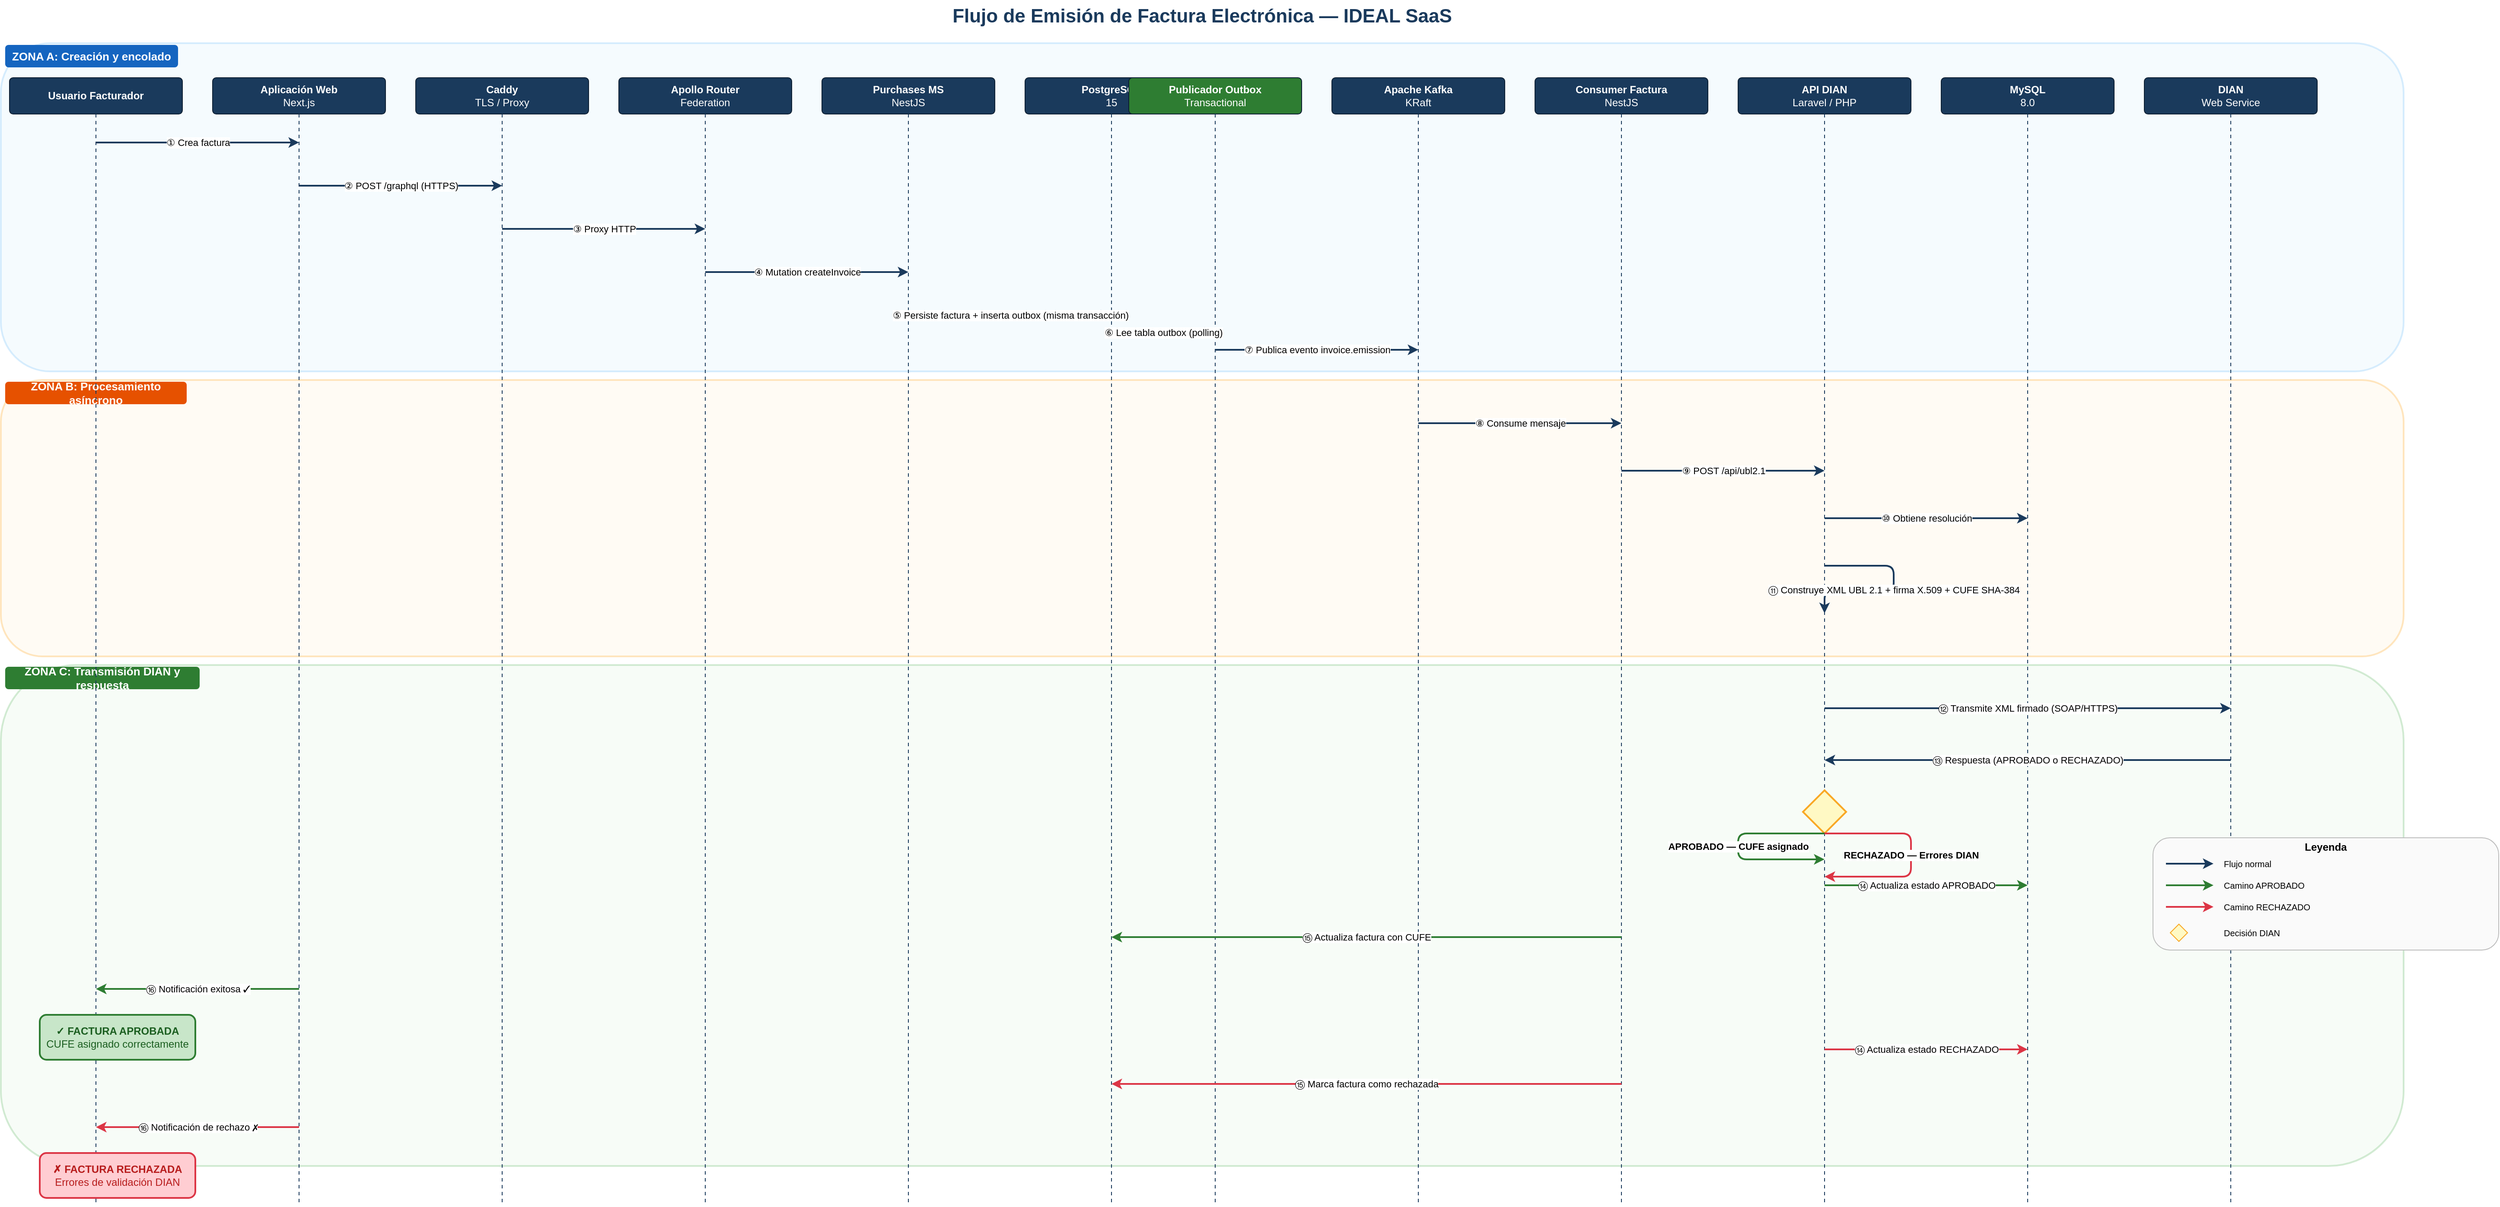
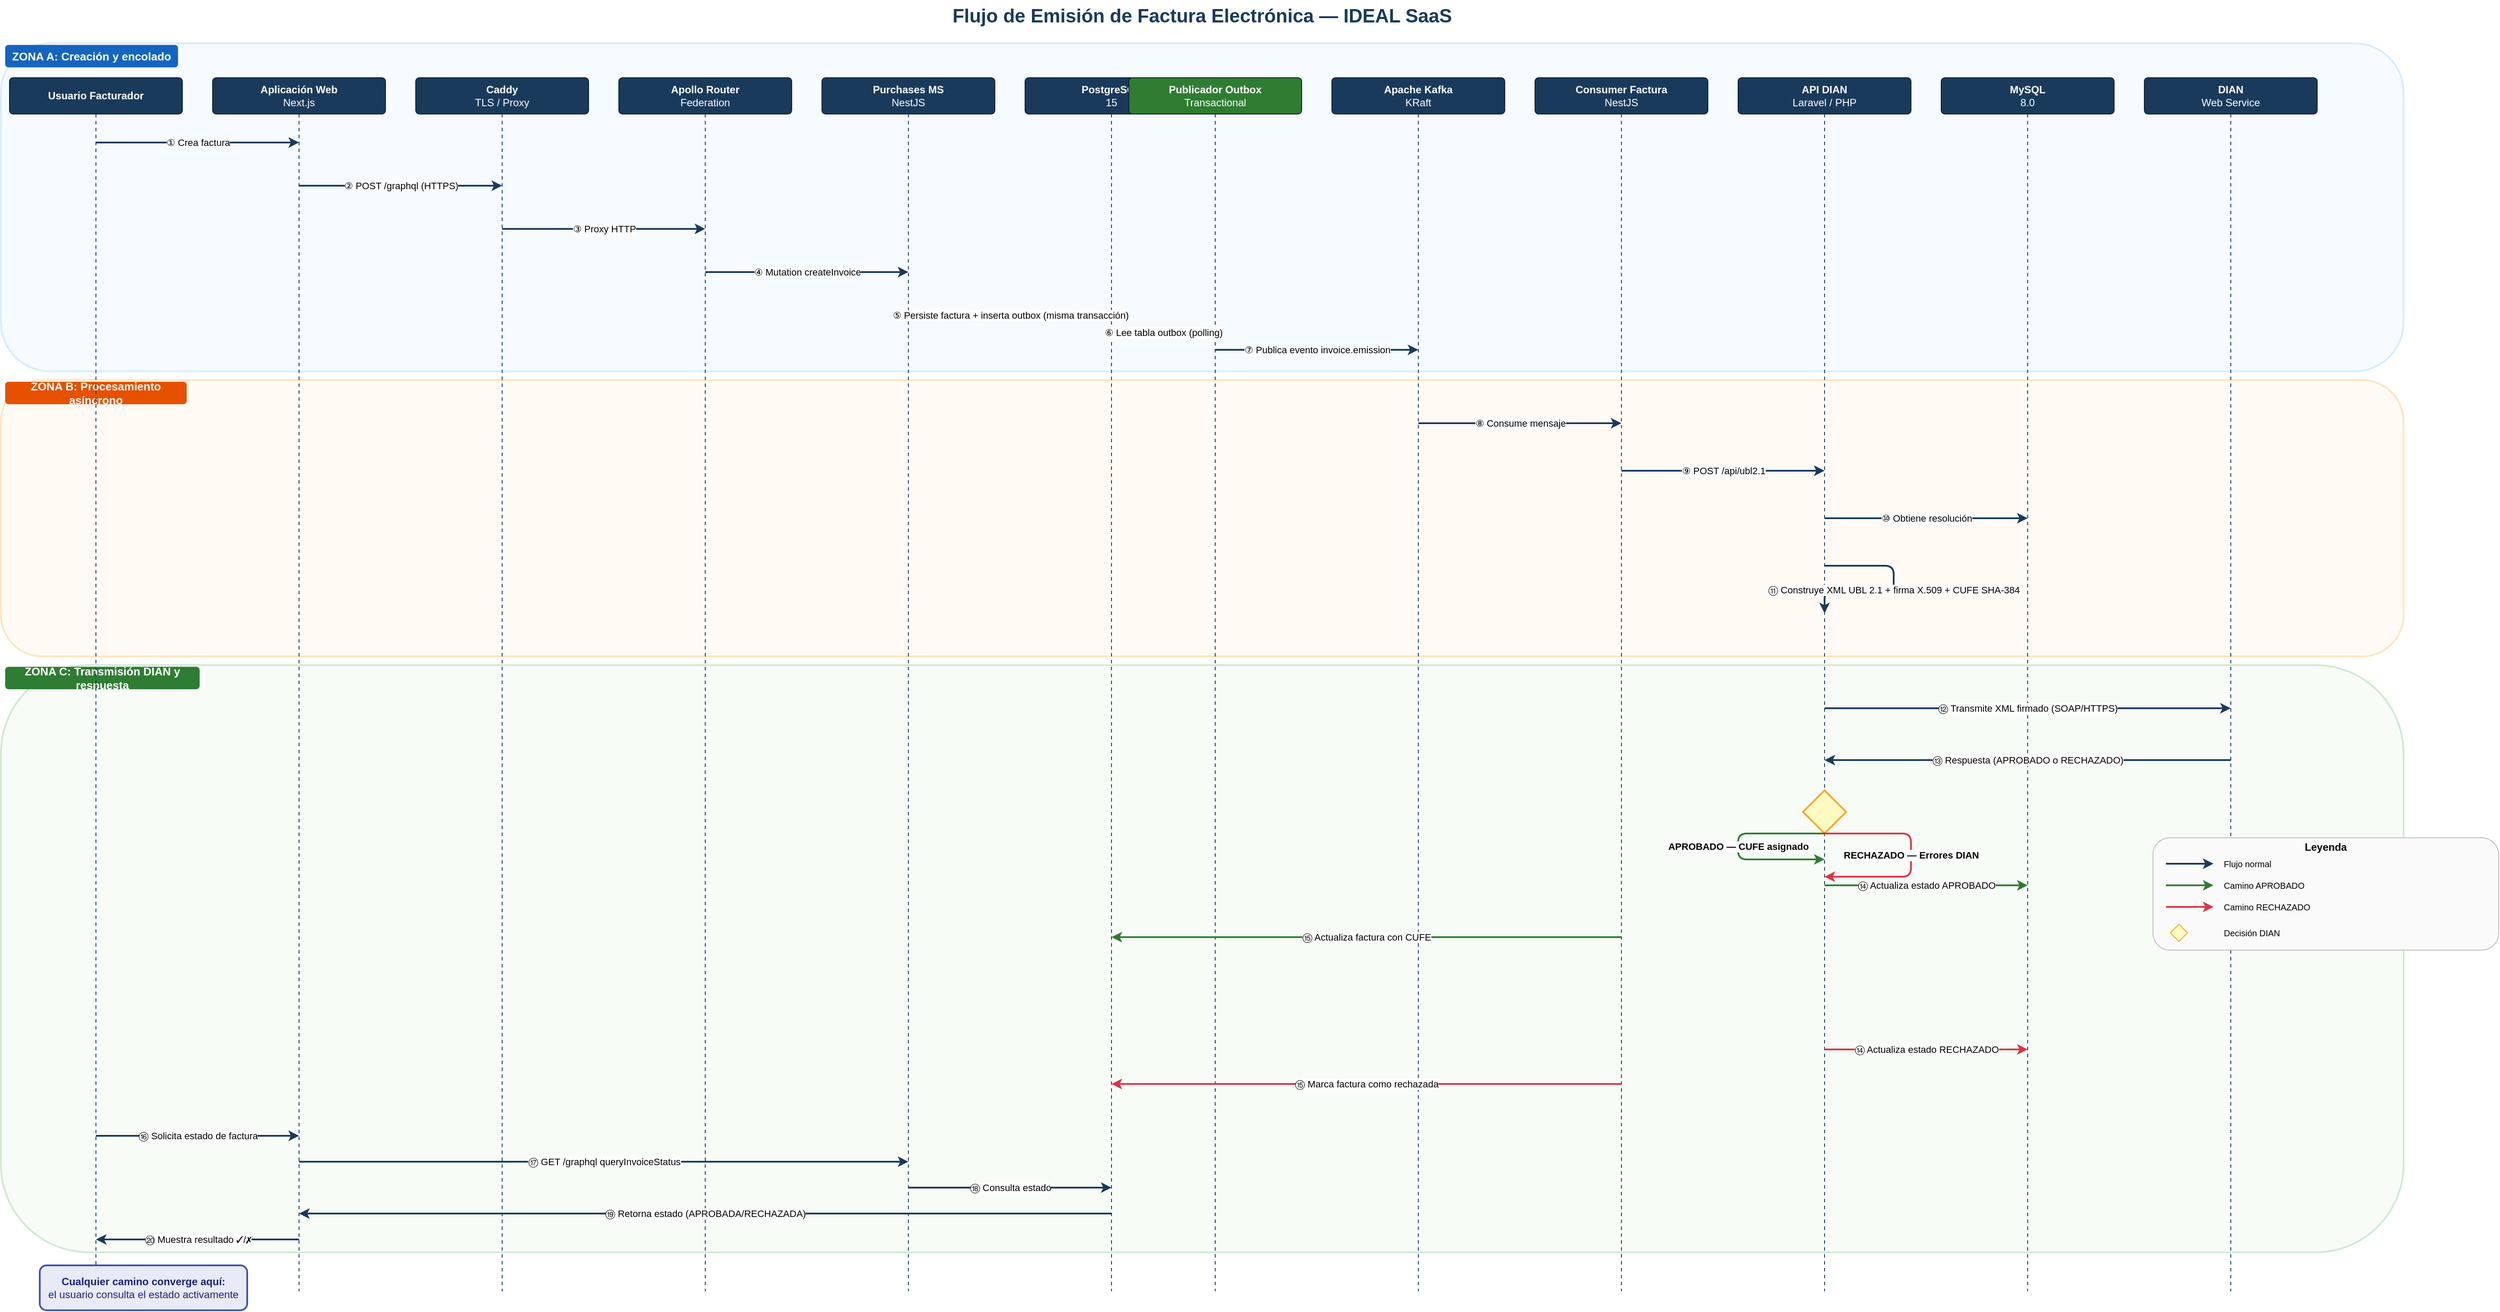
<mxfile host="app.diagrams.net" modified="2026-06-20T00:00:00.000Z" agent="draw.io" version="24.0.0">
  <diagram name="Flujo Emisión Factura Electrónica" id="invoice-emission-flow">
-       <mxGraphModel dx="2000" dy="1200" grid="1" gridSize="10" guides="1" tooltips="1" connect="1" arrows="1" fold="1" page="1" pageScale="1" pageWidth="2990" pageHeight="2000" math="0" shadow="0">
+       <mxGraphModel dx="2000" dy="1200" grid="1" gridSize="10" guides="1" tooltips="1" connect="1" arrows="1" fold="1" page="1" pageScale="1" pageWidth="2990" pageHeight="2200" math="0" shadow="0">

      <root>
        <mxCell id="0"/>
        <mxCell id="1" parent="0"/>

        <!-- ===== TITLE ===== -->
        <mxCell id="title" value="&lt;font style=&quot;font-size:22px&quot;&gt;&lt;b&gt;Flujo de Emisión de Factura Electrónica — IDEAL SaaS&lt;/b&gt;&lt;/font&gt;" style="text;html=1;strokeColor=none;fillColor=none;align=center;verticalAlign=middle;whiteSpace=wrap;rounded=0;fontColor=#1A3A5C;" vertex="1" parent="1">
          <mxGeometry x="500" y="5" width="1800" height="38" as="geometry"/>
        </mxCell>

        <!-- ===== ZONE A: Creación y encolado ===== -->
        <mxCell id="zoneA" value="" style="rounded=1;whiteSpace=wrap;html=1;fillColor=#E3F2FD;strokeColor=#90CAF9;strokeWidth=2;opacity=35;container=0;" vertex="1" parent="1">
          <mxGeometry x="10" y="55" width="2780" height="380" as="geometry"/>
        </mxCell>
        <mxCell id="zoneA-label" value="&lt;font style=&quot;font-size:13px&quot;&gt;&lt;b&gt;ZONA A: Creación y encolado&lt;/b&gt;&lt;/font&gt;" style="text;html=1;strokeColor=none;fillColor=#1565C0;fontColor=#FFFFFF;align=center;verticalAlign=middle;whiteSpace=wrap;rounded=1;fontSize=13;" vertex="1" parent="1">
          <mxGeometry x="15" y="57" width="200" height="26" as="geometry"/>
        </mxCell>

        <!-- ===== ZONE B: Procesamiento asíncrono ===== -->
        <mxCell id="zoneB" value="" style="rounded=1;whiteSpace=wrap;html=1;fillColor=#FFF3E0;strokeColor=#FFB74D;strokeWidth=2;opacity=35;container=0;" vertex="1" parent="1">
          <mxGeometry x="10" y="445" width="2780" height="320" as="geometry"/>
        </mxCell>
        <mxCell id="zoneB-label" value="&lt;font style=&quot;font-size:13px&quot;&gt;&lt;b&gt;ZONA B: Procesamiento asíncrono&lt;/b&gt;&lt;/font&gt;" style="text;html=1;strokeColor=none;fillColor=#E65100;fontColor=#FFFFFF;align=center;verticalAlign=middle;whiteSpace=wrap;rounded=1;fontSize=13;" vertex="1" parent="1">
          <mxGeometry x="15" y="447" width="210" height="26" as="geometry"/>
        </mxCell>

        <!-- ===== ZONE C: Transmisión DIAN y respuesta ===== -->
        <mxCell id="zoneC" value="" style="rounded=1;whiteSpace=wrap;html=1;fillColor=#E8F5E9;strokeColor=#81C784;strokeWidth=2;opacity=35;container=0;" vertex="1" parent="1">
-           <mxGeometry x="10" y="775" width="2780" height="580" as="geometry"/>
+           <mxGeometry x="10" y="775" width="2780" height="680" as="geometry"/>
        </mxCell>
        <mxCell id="zoneC-label" value="&lt;font style=&quot;font-size:13px&quot;&gt;&lt;b&gt;ZONA C: Transmisión DIAN y respuesta&lt;/b&gt;&lt;/font&gt;" style="text;html=1;strokeColor=none;fillColor=#2E7D32;fontColor=#FFFFFF;align=center;verticalAlign=middle;whiteSpace=wrap;rounded=1;fontSize=13;" vertex="1" parent="1">
          <mxGeometry x="15" y="777" width="225" height="26" as="geometry"/>
        </mxCell>

        <!-- ===== PARTICIPANT HEADERS ===== -->
        <!-- P1: Usuario Facturador -->
        <mxCell id="p1" value="&lt;font style=&quot;font-size:12px&quot;&gt;&lt;b&gt;Usuario Facturador&lt;/b&gt;&lt;/font&gt;" style="rounded=1;whiteSpace=wrap;html=1;fillColor=#1A3A5C;fontColor=#FFFFFF;strokeColor=#0D1F33;fontSize=12;arcSize=10;" vertex="1" parent="1">
          <mxGeometry x="20" y="95" width="200" height="42" as="geometry"/>
        </mxCell>
        <mxCell id="p1-line" value="" style="endArrow=none;dashed=1;html=1;strokeColor=#1A3A5C;strokeWidth=1;dashPattern=4 4;" edge="1" parent="1">
          <mxGeometry relative="1" as="geometry">
            <mxPoint x="120" y="137" as="sourcePoint"/>
-             <mxPoint x="120" y="1400" as="targetPoint"/>
+             <mxPoint x="120" y="1500" as="targetPoint"/>
          </mxGeometry>
        </mxCell>

        <!-- P2: Aplicación Web (Next.js) -->
        <mxCell id="p2" value="&lt;font style=&quot;font-size:12px&quot;&gt;&lt;b&gt;Aplicación Web&lt;/b&gt;&lt;br&gt;Next.js&lt;/font&gt;" style="rounded=1;whiteSpace=wrap;html=1;fillColor=#1A3A5C;fontColor=#FFFFFF;strokeColor=#0D1F33;fontSize=11;arcSize=10;" vertex="1" parent="1">
          <mxGeometry x="255" y="95" width="200" height="42" as="geometry"/>
        </mxCell>
        <mxCell id="p2-line" value="" style="endArrow=none;dashed=1;html=1;strokeColor=#1A3A5C;strokeWidth=1;dashPattern=4 4;" edge="1" parent="1">
          <mxGeometry relative="1" as="geometry">
            <mxPoint x="355" y="137" as="sourcePoint"/>
-             <mxPoint x="355" y="1400" as="targetPoint"/>
+             <mxPoint x="355" y="1500" as="targetPoint"/>
          </mxGeometry>
        </mxCell>

        <!-- P3: Caddy -->
        <mxCell id="p3" value="&lt;font style=&quot;font-size:12px&quot;&gt;&lt;b&gt;Caddy&lt;/b&gt;&lt;br&gt;TLS / Proxy&lt;/font&gt;" style="rounded=1;whiteSpace=wrap;html=1;fillColor=#1A3A5C;fontColor=#FFFFFF;strokeColor=#0D1F33;fontSize=11;arcSize=10;" vertex="1" parent="1">
          <mxGeometry x="490" y="95" width="200" height="42" as="geometry"/>
        </mxCell>
        <mxCell id="p3-line" value="" style="endArrow=none;dashed=1;html=1;strokeColor=#1A3A5C;strokeWidth=1;dashPattern=4 4;" edge="1" parent="1">
          <mxGeometry relative="1" as="geometry">
            <mxPoint x="590" y="137" as="sourcePoint"/>
-             <mxPoint x="590" y="1400" as="targetPoint"/>
+             <mxPoint x="590" y="1500" as="targetPoint"/>
          </mxGeometry>
        </mxCell>

        <!-- P4: Apollo Router -->
        <mxCell id="p4" value="&lt;font style=&quot;font-size:12px&quot;&gt;&lt;b&gt;Apollo Router&lt;/b&gt;&lt;br&gt;Federation&lt;/font&gt;" style="rounded=1;whiteSpace=wrap;html=1;fillColor=#1A3A5C;fontColor=#FFFFFF;strokeColor=#0D1F33;fontSize=11;arcSize=10;" vertex="1" parent="1">
          <mxGeometry x="725" y="95" width="200" height="42" as="geometry"/>
        </mxCell>
        <mxCell id="p4-line" value="" style="endArrow=none;dashed=1;html=1;strokeColor=#1A3A5C;strokeWidth=1;dashPattern=4 4;" edge="1" parent="1">
          <mxGeometry relative="1" as="geometry">
            <mxPoint x="825" y="137" as="sourcePoint"/>
-             <mxPoint x="825" y="1400" as="targetPoint"/>
+             <mxPoint x="825" y="1500" as="targetPoint"/>
          </mxGeometry>
        </mxCell>

        <!-- P5: Purchases MS -->
        <mxCell id="p5" value="&lt;font style=&quot;font-size:12px&quot;&gt;&lt;b&gt;Purchases MS&lt;/b&gt;&lt;br&gt;NestJS&lt;/font&gt;" style="rounded=1;whiteSpace=wrap;html=1;fillColor=#1A3A5C;fontColor=#FFFFFF;strokeColor=#0D1F33;fontSize=11;arcSize=10;" vertex="1" parent="1">
          <mxGeometry x="960" y="95" width="200" height="42" as="geometry"/>
        </mxCell>
        <mxCell id="p5-line" value="" style="endArrow=none;dashed=1;html=1;strokeColor=#1A3A5C;strokeWidth=1;dashPattern=4 4;" edge="1" parent="1">
          <mxGeometry relative="1" as="geometry">
            <mxPoint x="1060" y="137" as="sourcePoint"/>
-             <mxPoint x="1060" y="1400" as="targetPoint"/>
+             <mxPoint x="1060" y="1500" as="targetPoint"/>
          </mxGeometry>
        </mxCell>

        <!-- P6: PostgreSQL -->
        <mxCell id="p6" value="&lt;font style=&quot;font-size:12px&quot;&gt;&lt;b&gt;PostgreSQL&lt;/b&gt;&lt;br&gt;15&lt;/font&gt;" style="rounded=1;whiteSpace=wrap;html=1;fillColor=#1A3A5C;fontColor=#FFFFFF;strokeColor=#0D1F33;fontSize=11;arcSize=10;" vertex="1" parent="1">
          <mxGeometry x="1195" y="95" width="200" height="42" as="geometry"/>
        </mxCell>
        <mxCell id="p6-line" value="" style="endArrow=none;dashed=1;html=1;strokeColor=#1A3A5C;strokeWidth=1;dashPattern=4 4;" edge="1" parent="1">
          <mxGeometry relative="1" as="geometry">
            <mxPoint x="1295" y="137" as="sourcePoint"/>
-             <mxPoint x="1295" y="1400" as="targetPoint"/>
+             <mxPoint x="1295" y="1500" as="targetPoint"/>
          </mxGeometry>
        </mxCell>

        <!-- P6.5: Publicador Outbox (NUEVO — Transactional Outbox) -->
        <mxCell id="p6half" value="&lt;font style=&quot;font-size:12px&quot;&gt;&lt;b&gt;Publicador Outbox&lt;/b&gt;&lt;br&gt;Transactional&lt;/font&gt;" style="rounded=1;whiteSpace=wrap;html=1;fillColor=#2E7D32;fontColor=#FFFFFF;strokeColor=#0D1F33;fontSize=11;arcSize=10;" vertex="1" parent="1">
          <mxGeometry x="1315" y="95" width="200" height="42" as="geometry"/>
        </mxCell>
        <mxCell id="p6half-line" value="" style="endArrow=none;dashed=1;html=1;strokeColor=#1A3A5C;strokeWidth=1;dashPattern=4 4;" edge="1" parent="1">
          <mxGeometry relative="1" as="geometry">
            <mxPoint x="1415" y="137" as="sourcePoint"/>
-             <mxPoint x="1415" y="1400" as="targetPoint"/>
+             <mxPoint x="1415" y="1500" as="targetPoint"/>
          </mxGeometry>
        </mxCell>

        <!-- P7: Apache Kafka -->
        <mxCell id="p7" value="&lt;font style=&quot;font-size:12px&quot;&gt;&lt;b&gt;Apache Kafka&lt;/b&gt;&lt;br&gt;KRaft&lt;/font&gt;" style="rounded=1;whiteSpace=wrap;html=1;fillColor=#1A3A5C;fontColor=#FFFFFF;strokeColor=#0D1F33;fontSize=11;arcSize=10;" vertex="1" parent="1">
          <mxGeometry x="1550" y="95" width="200" height="42" as="geometry"/>
        </mxCell>
        <mxCell id="p7-line" value="" style="endArrow=none;dashed=1;html=1;strokeColor=#1A3A5C;strokeWidth=1;dashPattern=4 4;" edge="1" parent="1">
          <mxGeometry relative="1" as="geometry">
            <mxPoint x="1650" y="137" as="sourcePoint"/>
-             <mxPoint x="1650" y="1400" as="targetPoint"/>
+             <mxPoint x="1650" y="1500" as="targetPoint"/>
          </mxGeometry>
        </mxCell>

        <!-- P8: Consumer Factura -->
        <mxCell id="p8" value="&lt;font style=&quot;font-size:12px&quot;&gt;&lt;b&gt;Consumer Factura&lt;/b&gt;&lt;br&gt;NestJS&lt;/font&gt;" style="rounded=1;whiteSpace=wrap;html=1;fillColor=#1A3A5C;fontColor=#FFFFFF;strokeColor=#0D1F33;fontSize=11;arcSize=10;" vertex="1" parent="1">
          <mxGeometry x="1785" y="95" width="200" height="42" as="geometry"/>
        </mxCell>
        <mxCell id="p8-line" value="" style="endArrow=none;dashed=1;html=1;strokeColor=#1A3A5C;strokeWidth=1;dashPattern=4 4;" edge="1" parent="1">
          <mxGeometry relative="1" as="geometry">
            <mxPoint x="1885" y="137" as="sourcePoint"/>
-             <mxPoint x="1885" y="1400" as="targetPoint"/>
+             <mxPoint x="1885" y="1500" as="targetPoint"/>
          </mxGeometry>
        </mxCell>

        <!-- P9: API DIAN -->
        <mxCell id="p9" value="&lt;font style=&quot;font-size:12px&quot;&gt;&lt;b&gt;API DIAN&lt;/b&gt;&lt;br&gt;Laravel / PHP&lt;/font&gt;" style="rounded=1;whiteSpace=wrap;html=1;fillColor=#1A3A5C;fontColor=#FFFFFF;strokeColor=#0D1F33;fontSize=11;arcSize=10;" vertex="1" parent="1">
          <mxGeometry x="2020" y="95" width="200" height="42" as="geometry"/>
        </mxCell>
        <mxCell id="p9-line" value="" style="endArrow=none;dashed=1;html=1;strokeColor=#1A3A5C;strokeWidth=1;dashPattern=4 4;" edge="1" parent="1">
          <mxGeometry relative="1" as="geometry">
            <mxPoint x="2120" y="137" as="sourcePoint"/>
-             <mxPoint x="2120" y="1400" as="targetPoint"/>
+             <mxPoint x="2120" y="1500" as="targetPoint"/>
          </mxGeometry>
        </mxCell>

        <!-- P10: MySQL -->
        <mxCell id="p10" value="&lt;font style=&quot;font-size:12px&quot;&gt;&lt;b&gt;MySQL&lt;/b&gt;&lt;br&gt;8.0&lt;/font&gt;" style="rounded=1;whiteSpace=wrap;html=1;fillColor=#1A3A5C;fontColor=#FFFFFF;strokeColor=#0D1F33;fontSize=11;arcSize=10;" vertex="1" parent="1">
          <mxGeometry x="2255" y="95" width="200" height="42" as="geometry"/>
        </mxCell>
        <mxCell id="p10-line" value="" style="endArrow=none;dashed=1;html=1;strokeColor=#1A3A5C;strokeWidth=1;dashPattern=4 4;" edge="1" parent="1">
          <mxGeometry relative="1" as="geometry">
            <mxPoint x="2355" y="137" as="sourcePoint"/>
-             <mxPoint x="2355" y="1400" as="targetPoint"/>
+             <mxPoint x="2355" y="1500" as="targetPoint"/>
          </mxGeometry>
        </mxCell>

        <!-- P11: DIAN -->
        <mxCell id="p11" value="&lt;font style=&quot;font-size:12px&quot;&gt;&lt;b&gt;DIAN&lt;/b&gt;&lt;br&gt;Web Service&lt;/font&gt;" style="rounded=1;whiteSpace=wrap;html=1;fillColor=#1A3A5C;fontColor=#FFFFFF;strokeColor=#0D1F33;fontSize=11;arcSize=10;" vertex="1" parent="1">
          <mxGeometry x="2490" y="95" width="200" height="42" as="geometry"/>
        </mxCell>
        <mxCell id="p11-line" value="" style="endArrow=none;dashed=1;html=1;strokeColor=#1A3A5C;strokeWidth=1;dashPattern=4 4;" edge="1" parent="1">
          <mxGeometry relative="1" as="geometry">
            <mxPoint x="2590" y="137" as="sourcePoint"/>
-             <mxPoint x="2590" y="1400" as="targetPoint"/>
+             <mxPoint x="2590" y="1500" as="targetPoint"/>
          </mxGeometry>
        </mxCell>

        <!-- ===== STEPS 1-6: ZONE A ===== -->

        <!-- Step 1: Usuario → App -->
        <mxCell id="s1" value="&lt;font style=&quot;font-size:11px&quot;&gt;① Crea factura&lt;/font&gt;" style="edgeStyle=orthogonalEdgeStyle;rounded=1;orthogonalLoop=1;jettySize=auto;html=1;strokeWidth=2;strokeColor=#1A3A5C;fontSize=11;labelBackgroundColor=#FFFFFF;" edge="1" parent="1">
          <mxGeometry relative="1" as="geometry">
            <mxPoint x="120" y="170" as="sourcePoint"/>
            <mxPoint x="355" y="170" as="targetPoint"/>
          </mxGeometry>
        </mxCell>

        <!-- Step 2: App → Caddy -->
        <mxCell id="s2" value="&lt;font style=&quot;font-size:11px&quot;&gt;② POST /graphql (HTTPS)&lt;/font&gt;" style="edgeStyle=orthogonalEdgeStyle;rounded=1;orthogonalLoop=1;jettySize=auto;html=1;strokeWidth=2;strokeColor=#1A3A5C;fontSize=11;labelBackgroundColor=#FFFFFF;" edge="1" parent="1">
          <mxGeometry relative="1" as="geometry">
            <mxPoint x="355" y="220" as="sourcePoint"/>
            <mxPoint x="590" y="220" as="targetPoint"/>
          </mxGeometry>
        </mxCell>

        <!-- Step 3: Caddy → Router -->
        <mxCell id="s3" value="&lt;font style=&quot;font-size:11px&quot;&gt;③ Proxy HTTP&lt;/font&gt;" style="edgeStyle=orthogonalEdgeStyle;rounded=1;orthogonalLoop=1;jettySize=auto;html=1;strokeWidth=2;strokeColor=#1A3A5C;fontSize=11;labelBackgroundColor=#FFFFFF;" edge="1" parent="1">
          <mxGeometry relative="1" as="geometry">
            <mxPoint x="590" y="270" as="sourcePoint"/>
            <mxPoint x="825" y="270" as="targetPoint"/>
          </mxGeometry>
        </mxCell>

        <!-- Step 4: Router → Purchases -->
        <mxCell id="s4" value="&lt;font style=&quot;font-size:11px&quot;&gt;④ Mutation createInvoice&lt;/font&gt;" style="edgeStyle=orthogonalEdgeStyle;rounded=1;orthogonalLoop=1;jettySize=auto;html=1;strokeWidth=2;strokeColor=#1A3A5C;fontSize=11;labelBackgroundColor=#FFFFFF;" edge="1" parent="1">
          <mxGeometry relative="1" as="geometry">
            <mxPoint x="825" y="320" as="sourcePoint"/>
            <mxPoint x="1060" y="320" as="targetPoint"/>
          </mxGeometry>
        </mxCell>

        <!-- Step 5: Purchases → PostgreSQL -->
        <mxCell id="s5" value="&lt;font style=&quot;font-size:11px&quot;&gt;⑤ Persiste factura + inserta outbox (misma transacción)&lt;/font&gt;" style="edgeStyle=orthogonalEdgeStyle;rounded=1;orthogonalLoop=1;jettySize=auto;html=1;strokeWidth=2;strokeColor=#1A3A5C;fontSize=11;labelBackgroundColor=#FFFFFF;" edge="1" parent="1">
          <mxGeometry relative="1" as="geometry">
          <mxPoint x="1060" y="370" as="sourcePoint"/>
          <mxPoint x="1295" y="370" as="targetPoint"/>
        </mxGeometry>
      </mxCell>

      <!-- Step 6: PostgreSQL → Publicador Outbox (polling) -->
      <mxCell id="s6poll" value="&lt;font style=&quot;font-size:11px&quot;&gt;⑥ Lee tabla outbox (polling)&lt;/font&gt;" style="edgeStyle=orthogonalEdgeStyle;rounded=1;orthogonalLoop=1;jettySize=auto;html=1;strokeWidth=2;strokeColor=#1A3A5C;fontSize=11;labelBackgroundColor=#FFFFFF;dashed=1;" edge="1" parent="1">
        <mxGeometry relative="1" as="geometry">
          <mxPoint x="1295" y="390" as="sourcePoint"/>
          <mxPoint x="1415" y="390" as="targetPoint"/>
        </mxGeometry>
      </mxCell>

      <!-- Step 7: Publicador Outbox → Kafka -->
      <mxCell id="s6" value="&lt;font style=&quot;font-size:11px&quot;&gt;⑦ Publica evento invoice.emission&lt;/font&gt;" style="edgeStyle=orthogonalEdgeStyle;rounded=1;orthogonalLoop=1;jettySize=auto;html=1;strokeWidth=2;strokeColor=#1A3A5C;fontSize=11;labelBackgroundColor=#FFFFFF;" edge="1" parent="1">
        <mxGeometry relative="1" as="geometry">
          <mxPoint x="1415" y="410" as="sourcePoint"/>
          <mxPoint x="1650" y="410" as="targetPoint"/>
          </mxGeometry>
        </mxCell>

        <!-- ===== STEPS 8-11: ZONE B ===== -->

        <!-- Step 8: Kafka → Consumer (diagonal) -->
        <mxCell id="s7" value="&lt;font style=&quot;font-size:11px&quot;&gt;⑧ Consume mensaje&lt;/font&gt;" style="edgeStyle=orthogonalEdgeStyle;rounded=1;orthogonalLoop=1;jettySize=auto;html=1;strokeWidth=2;strokeColor=#1A3A5C;fontSize=11;labelBackgroundColor=#FFFFFF;" edge="1" parent="1">
          <mxGeometry relative="1" as="geometry">
            <mxPoint x="1650" y="495" as="sourcePoint"/>
            <mxPoint x="1885" y="495" as="targetPoint"/>
          </mxGeometry>
        </mxCell>

        <!-- Step 9: Consumer → API DIAN -->
        <mxCell id="s8" value="&lt;font style=&quot;font-size:11px&quot;&gt;⑨ POST /api/ubl2.1&lt;/font&gt;" style="edgeStyle=orthogonalEdgeStyle;rounded=1;orthogonalLoop=1;jettySize=auto;html=1;strokeWidth=2;strokeColor=#1A3A5C;fontSize=11;labelBackgroundColor=#FFFFFF;" edge="1" parent="1">
          <mxGeometry relative="1" as="geometry">
            <mxPoint x="1885" y="550" as="sourcePoint"/>
            <mxPoint x="2120" y="550" as="targetPoint"/>
          </mxGeometry>
        </mxCell>

        <!-- Step 10: API DIAN → MySQL -->
        <mxCell id="s9" value="&lt;font style=&quot;font-size:11px&quot;&gt;⑩ Obtiene resolución&lt;/font&gt;" style="edgeStyle=orthogonalEdgeStyle;rounded=1;orthogonalLoop=1;jettySize=auto;html=1;strokeWidth=2;strokeColor=#1A3A5C;fontSize=11;labelBackgroundColor=#FFFFFF;" edge="1" parent="1">
          <mxGeometry relative="1" as="geometry">
            <mxPoint x="2120" y="605" as="sourcePoint"/>
            <mxPoint x="2355" y="605" as="targetPoint"/>
          </mxGeometry>
        </mxCell>

        <!-- Step 11: API DIAN self-loop -->
        <mxCell id="s10" value="&lt;font style=&quot;font-size:11px&quot;&gt;⑪ Construye XML UBL 2.1 + firma X.509 + CUFE SHA-384&lt;/font&gt;" style="edgeStyle=orthogonalEdgeStyle;rounded=1;orthogonalLoop=1;jettySize=auto;html=1;strokeWidth=2;strokeColor=#1A3A5C;fontSize=11;labelBackgroundColor=#FFFFFF;" edge="1" parent="1">
          <mxGeometry relative="1" as="geometry">
            <mxPoint x="2120" y="660" as="sourcePoint"/>
            <Array as="points">
              <mxPoint x="2200" y="660"/>
              <mxPoint x="2200" y="690"/>
              <mxPoint x="2120" y="690"/>
            </Array>
            <mxPoint x="2120" y="715" as="targetPoint"/>
          </mxGeometry>
        </mxCell>

        <!-- ===== STEPS 12-16: ZONE C ===== -->

        <!-- Step 12: API DIAN → DIAN -->
        <mxCell id="s11" value="&lt;font style=&quot;font-size:11px&quot;&gt;⑫ Transmite XML firmado (SOAP/HTTPS)&lt;/font&gt;" style="edgeStyle=orthogonalEdgeStyle;rounded=1;orthogonalLoop=1;jettySize=auto;html=1;strokeWidth=2;strokeColor=#1A3A5C;fontSize=11;labelBackgroundColor=#FFFFFF;" edge="1" parent="1">
          <mxGeometry relative="1" as="geometry">
            <mxPoint x="2120" y="825" as="sourcePoint"/>
            <mxPoint x="2590" y="825" as="targetPoint"/>
          </mxGeometry>
        </mxCell>

        <!-- Step 13: DIAN → API DIAN (return response) -->
        <mxCell id="s12" value="&lt;font style=&quot;font-size:11px&quot;&gt;⑬ Respuesta (APROBADO o RECHAZADO)&lt;/font&gt;" style="edgeStyle=orthogonalEdgeStyle;rounded=1;orthogonalLoop=1;jettySize=auto;html=1;strokeWidth=2;strokeColor=#1A3A5C;fontSize=11;labelBackgroundColor=#FFFFFF;" edge="1" parent="1">
          <mxGeometry relative="1" as="geometry">
            <mxPoint x="2590" y="885" as="sourcePoint"/>
            <mxPoint x="2120" y="885" as="targetPoint"/>
          </mxGeometry>
        </mxCell>

        <!-- ===== DIAMOND DECISION ===== -->
        <mxCell id="diamond" value="" style="rhombus;whiteSpace=wrap;html=1;fillColor=#FFF9C4;strokeColor=#F9A825;strokeWidth=2;" vertex="1" parent="1">
          <mxGeometry x="2095" y="920" width="50" height="50" as="geometry"/>
        </mxCell>

        <!-- ===== SPLIT: GREEN (APROBADO) flow ===== -->

        <!-- Green connector from diamond to step 14g -->
        <mxCell id="split-green" value="&lt;font style=&quot;font-size:11px&quot;&gt;&lt;b&gt;APROBADO — CUFE asignado&lt;/b&gt;&lt;/font&gt;" style="edgeStyle=orthogonalEdgeStyle;rounded=1;orthogonalLoop=1;jettySize=auto;html=1;strokeWidth=2;strokeColor=#2E7D32;fontSize=11;labelBackgroundColor=#FFFFFF;" edge="1" parent="1">
          <mxGeometry relative="1" as="geometry">
            <mxPoint x="2120" y="970" as="sourcePoint"/>
            <Array as="points">
              <mxPoint x="2020" y="970"/>
              <mxPoint x="2020" y="1000"/>
              <mxPoint x="2120" y="1000"/>
            </Array>
            <mxPoint x="2120" y="1000" as="targetPoint"/>
          </mxGeometry>
        </mxCell>

        <!-- Step 14g: API DIAN → MySQL (green) -->
        <mxCell id="s13g" value="&lt;font style=&quot;font-size:11px&quot;&gt;⑭ Actualiza estado APROBADO&lt;/font&gt;" style="edgeStyle=orthogonalEdgeStyle;rounded=1;orthogonalLoop=1;jettySize=auto;html=1;strokeWidth=2;strokeColor=#2E7D32;fontSize=11;labelBackgroundColor=#FFFFFF;" edge="1" parent="1">
          <mxGeometry relative="1" as="geometry">
            <mxPoint x="2120" y="1030" as="sourcePoint"/>
            <mxPoint x="2355" y="1030" as="targetPoint"/>
          </mxGeometry>
        </mxCell>

        <!-- Step 15g: Consumer → PostgreSQL (green) -->
        <mxCell id="s14g" value="&lt;font style=&quot;font-size:11px&quot;&gt;⑮ Actualiza factura con CUFE&lt;/font&gt;" style="edgeStyle=orthogonalEdgeStyle;rounded=1;orthogonalLoop=1;jettySize=auto;html=1;strokeWidth=2;strokeColor=#2E7D32;fontSize=11;labelBackgroundColor=#FFFFFF;" edge="1" parent="1">
          <mxGeometry relative="1" as="geometry">
            <mxPoint x="1885" y="1090" as="sourcePoint"/>
            <mxPoint x="1295" y="1090" as="targetPoint"/>
          </mxGeometry>
        </mxCell>

-         <!-- Step 16g: App → Usuario (green) -->
-         <mxCell id="s15g" value="&lt;font style=&quot;font-size:11px&quot;&gt;⑯ Notificación exitosa ✓&lt;/font&gt;" style="edgeStyle=orthogonalEdgeStyle;rounded=1;orthogonalLoop=1;jettySize=auto;html=1;strokeWidth=2;strokeColor=#2E7D32;fontSize=11;labelBackgroundColor=#FFFFFF;" edge="1" parent="1">
-           <mxGeometry relative="1" as="geometry">
-             <mxPoint x="355" y="1150" as="sourcePoint"/>
-             <mxPoint x="120" y="1150" as="targetPoint"/>
-           </mxGeometry>
-         </mxCell>
- 
-         <!-- Green result box -->
-         <mxCell id="result-green" value="&lt;font style=&quot;font-size:12px&quot;&gt;&lt;b&gt;✓ FACTURA APROBADA&lt;/b&gt;&lt;br&gt;CUFE asignado correctamente&lt;/font&gt;" style="rounded=1;whiteSpace=wrap;html=1;fillColor=#C8E6C9;strokeColor=#2E7D32;strokeWidth=2;fontColor=#1B5E20;verticalAlign=middle;align=center;" vertex="1" parent="1">
-           <mxGeometry x="55" y="1180" width="180" height="52" as="geometry"/>
-         </mxCell>
- 
        <!-- ===== SPLIT: RED (RECHAZADO) flow ===== -->

        <!-- Red connector from diamond to step 14r -->
        <mxCell id="split-red" value="&lt;font style=&quot;font-size:11px&quot;&gt;&lt;b&gt;RECHAZADO — Errores DIAN&lt;/b&gt;&lt;/font&gt;" style="edgeStyle=orthogonalEdgeStyle;rounded=1;orthogonalLoop=1;jettySize=auto;html=1;strokeWidth=2;strokeColor=#DC3545;fontSize=11;labelBackgroundColor=#FFFFFF;" edge="1" parent="1">
          <mxGeometry relative="1" as="geometry">
            <mxPoint x="2120" y="970" as="sourcePoint"/>
            <Array as="points">
              <mxPoint x="2220" y="970"/>
              <mxPoint x="2220" y="1020"/>
              <mxPoint x="2120" y="1020"/>
            </Array>
            <mxPoint x="2120" y="1020" as="targetPoint"/>
          </mxGeometry>
        </mxCell>

        <!-- Step 14r: API DIAN → MySQL (red) -->
        <mxCell id="s13r" value="&lt;font style=&quot;font-size:11px&quot;&gt;⑭ Actualiza estado RECHAZADO&lt;/font&gt;" style="edgeStyle=orthogonalEdgeStyle;rounded=1;orthogonalLoop=1;jettySize=auto;html=1;strokeWidth=2;strokeColor=#DC3545;fontSize=11;labelBackgroundColor=#FFFFFF;" edge="1" parent="1">
          <mxGeometry relative="1" as="geometry">
            <mxPoint x="2120" y="1220" as="sourcePoint"/>
            <mxPoint x="2355" y="1220" as="targetPoint"/>
          </mxGeometry>
        </mxCell>

        <!-- Step 15r: Consumer → PostgreSQL (red) -->
        <mxCell id="s14r" value="&lt;font style=&quot;font-size:11px&quot;&gt;⑮ Marca factura como rechazada&lt;/font&gt;" style="edgeStyle=orthogonalEdgeStyle;rounded=1;orthogonalLoop=1;jettySize=auto;html=1;strokeWidth=2;strokeColor=#DC3545;fontSize=11;labelBackgroundColor=#FFFFFF;" edge="1" parent="1">
          <mxGeometry relative="1" as="geometry">
            <mxPoint x="1885" y="1260" as="sourcePoint"/>
            <mxPoint x="1295" y="1260" as="targetPoint"/>
          </mxGeometry>
        </mxCell>

-         <!-- Step 16r: App → Usuario (red) -->
-         <mxCell id="s15r" value="&lt;font style=&quot;font-size:11px&quot;&gt;⑯ Notificación de rechazo ✗&lt;/font&gt;" style="edgeStyle=orthogonalEdgeStyle;rounded=1;orthogonalLoop=1;jettySize=auto;html=1;strokeWidth=2;strokeColor=#DC3545;fontSize=11;labelBackgroundColor=#FFFFFF;" edge="1" parent="1">
-           <mxGeometry relative="1" as="geometry">
-             <mxPoint x="355" y="1310" as="sourcePoint"/>
-             <mxPoint x="120" y="1310" as="targetPoint"/>
-           </mxGeometry>
-         </mxCell>
- 
-         <!-- Red result box -->
-         <mxCell id="result-red" value="&lt;font style=&quot;font-size:12px&quot;&gt;&lt;b&gt;✗ FACTURA RECHAZADA&lt;/b&gt;&lt;br&gt;Errores de validación DIAN&lt;/font&gt;" style="rounded=1;whiteSpace=wrap;html=1;fillColor=#FFCDD2;strokeColor=#DC3545;strokeWidth=2;fontColor=#B71C1C;verticalAlign=middle;align=center;" vertex="1" parent="1">
-           <mxGeometry x="55" y="1340" width="180" height="52" as="geometry"/>
+         <!-- ===== CONSULTA DE ESTADO (ambos caminos convergen aquí) ===== -->
+ 
+         <!-- Step 16: Usuario → App -->
+         <mxCell id="s16" value="&lt;font style=&quot;font-size:11px&quot;&gt;⑯ Solicita estado de factura&lt;/font&gt;" style="edgeStyle=orthogonalEdgeStyle;rounded=1;orthogonalLoop=1;jettySize=auto;html=1;strokeWidth=2;strokeColor=#1A3A5C;fontSize=11;labelBackgroundColor=#FFFFFF;" edge="1" parent="1">
+           <mxGeometry relative="1" as="geometry">
+             <mxPoint x="120" y="1320" as="sourcePoint"/>
+             <mxPoint x="355" y="1320" as="targetPoint"/>
+           </mxGeometry>
+         </mxCell>
+ 
+         <!-- Step 17: App → Caddy → Router → Purchases -->
+         <mxCell id="s17" value="&lt;font style=&quot;font-size:11px&quot;&gt;⑰ GET /graphql queryInvoiceStatus&lt;/font&gt;" style="edgeStyle=orthogonalEdgeStyle;rounded=1;orthogonalLoop=1;jettySize=auto;html=1;strokeWidth=2;strokeColor=#1A3A5C;fontSize=11;labelBackgroundColor=#FFFFFF;" edge="1" parent="1">
+           <mxGeometry relative="1" as="geometry">
+             <mxPoint x="355" y="1350" as="sourcePoint"/>
+             <mxPoint x="1060" y="1350" as="targetPoint"/>
+           </mxGeometry>
+         </mxCell>
+ 
+         <!-- Step 18: Purchases → PostgreSQL -->
+         <mxCell id="s18" value="&lt;font style=&quot;font-size:11px&quot;&gt;⑱ Consulta estado&lt;/font&gt;" style="edgeStyle=orthogonalEdgeStyle;rounded=1;orthogonalLoop=1;jettySize=auto;html=1;strokeWidth=2;strokeColor=#1A3A5C;fontSize=11;labelBackgroundColor=#FFFFFF;" edge="1" parent="1">
+           <mxGeometry relative="1" as="geometry">
+             <mxPoint x="1060" y="1380" as="sourcePoint"/>
+             <mxPoint x="1295" y="1380" as="targetPoint"/>
+           </mxGeometry>
+         </mxCell>
+ 
+         <!-- Step 19: PostgreSQL → Purchases → Router → Caddy → App -->
+         <mxCell id="s19" value="&lt;font style=&quot;font-size:11px&quot;&gt;⑲ Retorna estado (APROBADA/RECHAZADA)&lt;/font&gt;" style="edgeStyle=orthogonalEdgeStyle;rounded=1;orthogonalLoop=1;jettySize=auto;html=1;strokeWidth=2;strokeColor=#1A3A5C;fontSize=11;labelBackgroundColor=#FFFFFF;" edge="1" parent="1">
+           <mxGeometry relative="1" as="geometry">
+             <mxPoint x="1295" y="1410" as="sourcePoint"/>
+             <mxPoint x="355" y="1410" as="targetPoint"/>
+           </mxGeometry>
+         </mxCell>
+ 
+         <!-- Step 20: App → Usuario -->
+         <mxCell id="s20" value="&lt;font style=&quot;font-size:11px&quot;&gt;⑳ Muestra resultado ✓/✗&lt;/font&gt;" style="edgeStyle=orthogonalEdgeStyle;rounded=1;orthogonalLoop=1;jettySize=auto;html=1;strokeWidth=2;strokeColor=#1A3A5C;fontSize=11;labelBackgroundColor=#FFFFFF;" edge="1" parent="1">
+           <mxGeometry relative="1" as="geometry">
+             <mxPoint x="355" y="1440" as="sourcePoint"/>
+             <mxPoint x="120" y="1440" as="targetPoint"/>
+           </mxGeometry>
+         </mxCell>
+ 
+         <!-- Shared result box -->
+         <mxCell id="result-shared" value="&lt;font style=&quot;font-size:12px&quot;&gt;&lt;b&gt;Cualquier camino converge aquí:&lt;/b&gt;&lt;br&gt;el usuario consulta el estado activamente&lt;/font&gt;" style="rounded=1;whiteSpace=wrap;html=1;fillColor=#E8EAF6;strokeColor=#3F51B5;strokeWidth=2;fontColor=#1A237E;verticalAlign=middle;align=center;" vertex="1" parent="1">
+           <mxGeometry x="55" y="1470" width="240" height="52" as="geometry"/>
        </mxCell>

        <!-- ===== LEGEND ===== -->
        <mxCell id="legend-box" value="" style="rounded=1;whiteSpace=wrap;html=1;fillColor=#FAFAFA;strokeColor=#BDBDBD;strokeWidth=1;" vertex="1" parent="1">
          <mxGeometry x="2500" y="975" width="400" height="130" as="geometry"/>
        </mxCell>
        <mxCell id="legend-title" value="&lt;font style=&quot;font-size:12px&quot;&gt;&lt;b&gt;Leyenda&lt;/b&gt;&lt;/font&gt;" style="text;html=1;strokeColor=none;fillColor=none;align=center;verticalAlign=middle;whiteSpace=wrap;rounded=0;fontSize=12;" vertex="1" parent="1">
          <mxGeometry x="2600" y="975" width="200" height="22" as="geometry"/>
        </mxCell>
        <mxCell id="legend-blue" value="" style="endArrow=classic;html=1;strokeWidth=2;strokeColor=#1A3A5C;" edge="1" parent="1">
          <mxGeometry relative="1" as="geometry">
            <mxPoint x="2515" y="1005" as="sourcePoint"/>
            <mxPoint x="2570" y="1005" as="targetPoint"/>
          </mxGeometry>
        </mxCell>
        <mxCell id="legend-blue-label" value="&lt;font style=&quot;font-size:10px&quot;&gt;Flujo normal&lt;/font&gt;" style="text;html=1;strokeColor=none;fillColor=none;align=left;verticalAlign=middle;whiteSpace=wrap;rounded=0;fontSize=10;" vertex="1" parent="1">
          <mxGeometry x="2580" y="994" width="100" height="22" as="geometry"/>
        </mxCell>
        <mxCell id="legend-green" value="" style="endArrow=classic;html=1;strokeWidth=2;strokeColor=#2E7D32;" edge="1" parent="1">
          <mxGeometry relative="1" as="geometry">
            <mxPoint x="2515" y="1030" as="sourcePoint"/>
            <mxPoint x="2570" y="1030" as="targetPoint"/>
          </mxGeometry>
        </mxCell>
        <mxCell id="legend-green-label" value="&lt;font style=&quot;font-size:10px&quot;&gt;Camino APROBADO&lt;/font&gt;" style="text;html=1;strokeColor=none;fillColor=none;align=left;verticalAlign=middle;whiteSpace=wrap;rounded=0;fontSize=10;" vertex="1" parent="1">
          <mxGeometry x="2580" y="1019" width="120" height="22" as="geometry"/>
        </mxCell>
        <mxCell id="legend-red" value="" style="endArrow=classic;html=1;strokeWidth=2;strokeColor=#DC3545;" edge="1" parent="1">
          <mxGeometry relative="1" as="geometry">
            <mxPoint x="2515" y="1055" as="sourcePoint"/>
            <mxPoint x="2570" y="1055" as="targetPoint"/>
          </mxGeometry>
        </mxCell>
        <mxCell id="legend-red-label" value="&lt;font style=&quot;font-size:10px&quot;&gt;Camino RECHAZADO&lt;/font&gt;" style="text;html=1;strokeColor=none;fillColor=none;align=left;verticalAlign=middle;whiteSpace=wrap;rounded=0;fontSize=10;" vertex="1" parent="1">
          <mxGeometry x="2580" y="1044" width="130" height="22" as="geometry"/>
        </mxCell>
        <mxCell id="legend-diamond" value="" style="rhombus;whiteSpace=wrap;html=1;fillColor=#FFF9C4;strokeColor=#F9A825;strokeWidth=1;" vertex="1" parent="1">
          <mxGeometry x="2520" y="1075" width="20" height="20" as="geometry"/>
        </mxCell>
        <mxCell id="legend-diamond-label" value="&lt;font style=&quot;font-size:10px&quot;&gt;Decisión DIAN&lt;/font&gt;" style="text;html=1;strokeColor=none;fillColor=none;align=left;verticalAlign=middle;whiteSpace=wrap;rounded=0;fontSize=10;" vertex="1" parent="1">
          <mxGeometry x="2580" y="1074" width="100" height="22" as="geometry"/>
        </mxCell>

      </root>
    </mxGraphModel>
  </diagram>
</mxfile>
